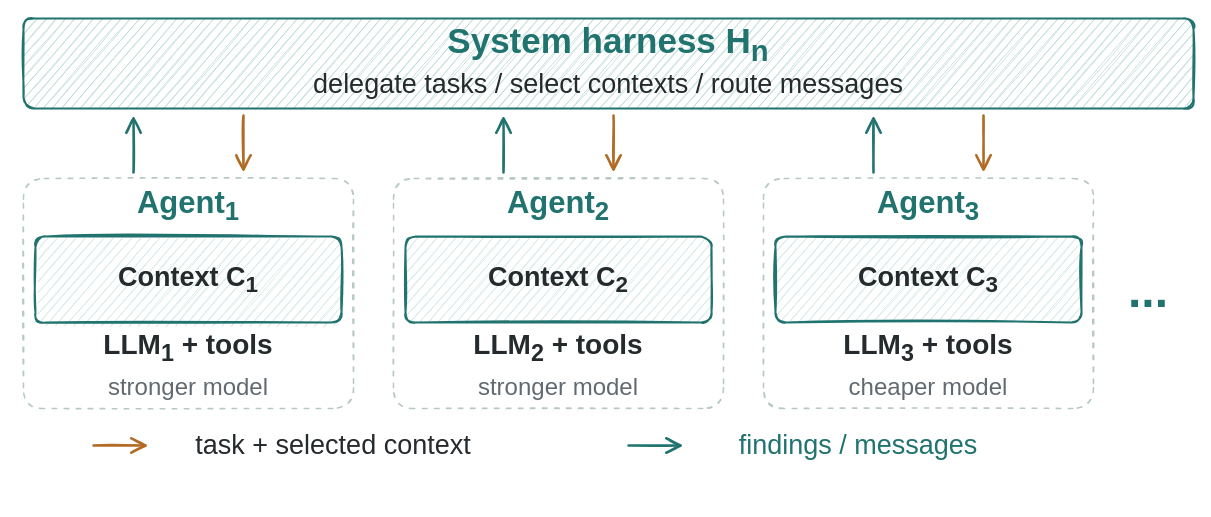
Earlier version of the draw.io diagram assets/multi_agent_contexts.drawio (MathisRost/agentic-ai-math). Source tidied: cells renumbered, new cells numbered last; positions are measured from the earlier drawing's top-left corner, leaving out a move shared by most shapes. Both pictures are drawn from the tidied source at 100%, with x=0, y=0 at pixel (23, 18).
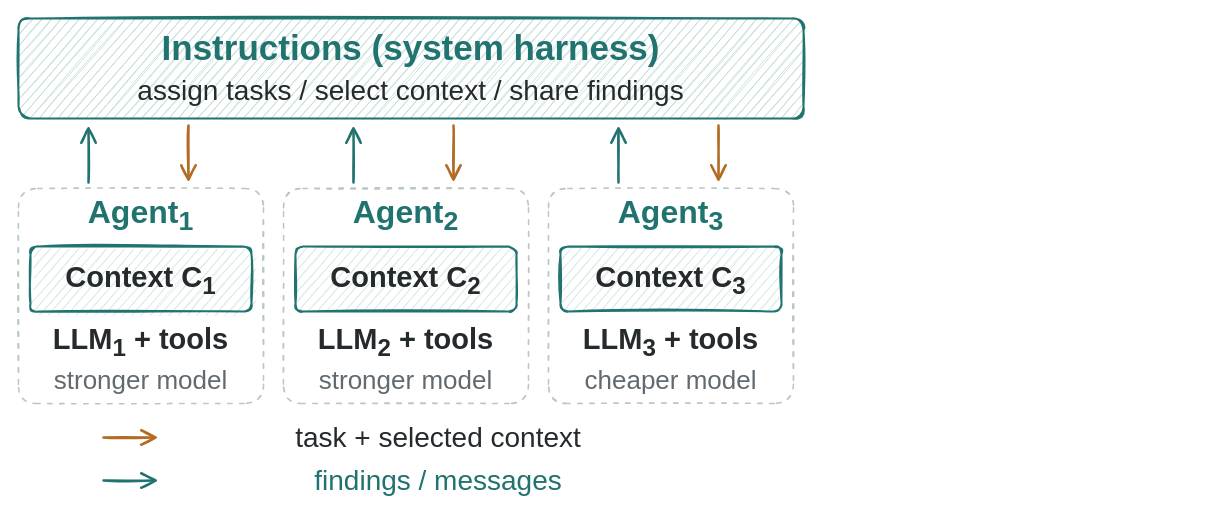
The same diagram, later.

Diff of the diagram source:
```diff
@@
     <mxCell id="2" style="rounded=1;arcSize=12;whiteSpace=wrap;html=0;sketch=1;comic=0;jiggle=1.2;strokeWidth=2;fillStyle=hachure;hachureGap=7;fillWeight=0.8;fillColor=#BDDAD6;strokeColor=#21736F;fontColor=#252A2D;fontFamily=Kalam;fontSize=29;fontStyle=1;" parent="1" vertex="1">
-      <mxGeometry width="1170" height="90" as="geometry" />
+      <mxGeometry x="-5" width="785" height="100" as="geometry" />
     </mxCell>
-    <mxCell id="3" value="System harness H&lt;sub&gt;n&lt;/sub&gt;" style="text;html=1;whiteSpace=wrap;align=center;verticalAlign=middle;fontFamily=Kalam;fontSize=35;fontStyle=1;fontColor=#21736F;strokeColor=none;fillColor=none;" parent="1" vertex="1">
-      <mxGeometry x="10" y="3" width="1150" height="45" as="geometry" />
+    <mxCell id="3" value="Instructions (system harness)" style="text;html=0;whiteSpace=wrap;align=center;verticalAlign=middle;fontFamily=Kalam;fontSize=35;fontStyle=1;fontColor=#21736F;strokeColor=none;fillColor=none;" parent="1" vertex="1">
+      <mxGeometry x="5" y="7" width="765" height="44" as="geometry" />
     </mxCell>
-    <mxCell id="4" value="delegate tasks / select contexts / route messages" style="text;html=0;whiteSpace=wrap;align=center;verticalAlign=middle;fontFamily=Kalam;fontSize=27;fontStyle=0;fontColor=#252A2D;strokeColor=none;fillColor=none;" parent="1" vertex="1">
-      <mxGeometry x="10" y="48" width="1150" height="35" as="geometry" />
+    <mxCell id="4" value="assign tasks / select context / share findings" style="text;html=0;whiteSpace=wrap;align=center;verticalAlign=middle;fontFamily=Kalam;fontSize=28;fontStyle=0;fontColor=#252A2D;strokeColor=none;fillColor=none;" parent="1" vertex="1">
+      <mxGeometry x="5" y="54" width="765" height="35" as="geometry" />
     </mxCell>
     <mxCell id="5" style="edgeStyle=none;rounded=1;curved=0;html=0;sketch=1;comic=0;jiggle=0.6;strokeColor=#B16B24;strokeWidth=2.5;endArrow=open;endSize=12;endFill=0;dashed=0;" parent="1" edge="1">
       <mxGeometry relative="1" as="geometry">
-        <mxPoint x="220" y="97" as="sourcePoint" />
-        <mxPoint x="220" y="154" as="targetPoint" />
+        <mxPoint x="165" y="107" as="sourcePoint" />
+        <mxPoint x="165" y="164" as="targetPoint" />
       </mxGeometry>
     </mxCell>
     <mxCell id="6" style="edgeStyle=none;rounded=1;curved=0;html=0;sketch=1;comic=0;jiggle=0.6;strokeColor=#21736F;strokeWidth=2.5;endArrow=open;endSize=12;endFill=0;dashed=0;" parent="1" edge="1">
       <mxGeometry relative="1" as="geometry">
-        <mxPoint x="110" y="154" as="sourcePoint" />
-        <mxPoint x="110" y="97" as="targetPoint" />
+        <mxPoint x="65" y="164" as="sourcePoint" />
+        <mxPoint x="65" y="107" as="targetPoint" />
       </mxGeometry>
     </mxCell>
     <mxCell id="7" style="rounded=1;arcSize=9;fillColor=none;strokeColor=#B8C8C5;strokeWidth=1.5;dashed=1;dashPattern=3 5;sketch=1;jiggle=0.5;" parent="1" vertex="1">
-      <mxGeometry y="160" width="330" height="230" as="geometry" />
+      <mxGeometry x="-5" y="170" width="245" height="215" as="geometry" />
     </mxCell>
-    <mxCell id="8" value="Agent&lt;sub&gt;1&lt;/sub&gt;" style="text;html=1;whiteSpace=wrap;align=center;verticalAlign=middle;fontFamily=Kalam;fontSize=31;fontStyle=1;fontColor=#21736F;strokeColor=none;fillColor=none;" parent="1" vertex="1">
-      <mxGeometry x="5" y="168" width="320" height="38" as="geometry" />
+    <mxCell id="8" value="Agent&lt;sub&gt;1&lt;/sub&gt;" style="text;html=1;whiteSpace=wrap;align=center;verticalAlign=middle;fontFamily=Kalam;fontSize=32;fontStyle=1;fontColor=#21736F;strokeColor=none;fillColor=none;" parent="1" vertex="1">
+      <mxGeometry y="178" width="235" height="38" as="geometry" />
     </mxCell>
     <mxCell id="9" style="rounded=1;arcSize=12;whiteSpace=wrap;html=0;sketch=1;comic=0;jiggle=1.2;strokeWidth=2;fillStyle=hachure;hachureGap=7;fillWeight=0.8;fillColor=#D2E6E2;strokeColor=#21736F;fontColor=#252A2D;fontFamily=Kalam;fontSize=29;fontStyle=1;" parent="1" vertex="1">
-      <mxGeometry x="12" y="218" width="306" height="86" as="geometry" />
+      <mxGeometry x="7" y="228" width="221" height="65" as="geometry" />
     </mxCell>
-    <mxCell id="10" value="Context C&lt;sub&gt;1&lt;/sub&gt;" style="text;html=1;whiteSpace=wrap;align=center;verticalAlign=middle;fontFamily=Kalam;fontSize=27;fontStyle=1;fontColor=#252A2D;strokeColor=none;fillColor=none;" parent="1" vertex="1">
-      <mxGeometry x="18" y="218" width="294" height="86" as="geometry" />
+    <mxCell id="10" value="Context C&lt;sub&gt;1&lt;/sub&gt;" style="text;html=1;whiteSpace=wrap;align=center;verticalAlign=middle;fontFamily=Kalam;fontSize=29;fontStyle=1;fontColor=#252A2D;strokeColor=none;fillColor=none;" parent="1" vertex="1">
+      <mxGeometry x="13" y="228" width="209" height="65" as="geometry" />
     </mxCell>
-    <mxCell id="11" value="LLM&lt;sub&gt;1&lt;/sub&gt; + tools" style="text;html=1;whiteSpace=wrap;align=center;verticalAlign=middle;fontFamily=Kalam;fontSize=28;fontStyle=1;fontColor=#252A2D;strokeColor=none;fillColor=none;" parent="1" vertex="1">
-      <mxGeometry x="5" y="311" width="320" height="36" as="geometry" />
+    <mxCell id="11" value="LLM&lt;sub&gt;1&lt;/sub&gt; + tools" style="text;html=1;whiteSpace=wrap;align=center;verticalAlign=middle;fontFamily=Kalam;fontSize=29;fontStyle=1;fontColor=#252A2D;strokeColor=none;fillColor=none;" parent="1" vertex="1">
+      <mxGeometry y="305" width="235" height="36" as="geometry" />
     </mxCell>
-    <mxCell id="12" value="stronger model" style="text;html=0;whiteSpace=wrap;align=center;verticalAlign=middle;fontFamily=Kalam;fontSize=24;fontStyle=0;fontColor=#626A70;strokeColor=none;fillColor=none;" parent="1" vertex="1">
-      <mxGeometry x="5" y="354" width="320" height="30" as="geometry" />
+    <mxCell id="12" value="stronger model" style="text;html=0;whiteSpace=wrap;align=center;verticalAlign=middle;fontFamily=Kalam;fontSize=26;fontStyle=0;fontColor=#626A70;strokeColor=none;fillColor=none;" parent="1" vertex="1">
+      <mxGeometry y="347" width="235" height="30" as="geometry" />
     </mxCell>
     <mxCell id="13" style="edgeStyle=none;rounded=1;curved=0;html=0;sketch=1;comic=0;jiggle=0.6;strokeColor=#B16B24;strokeWidth=2.5;endArrow=open;endSize=12;endFill=0;dashed=0;" parent="1" edge="1">
       <mxGeometry relative="1" as="geometry">
-        <mxPoint x="590" y="97" as="sourcePoint" />
-        <mxPoint x="590" y="154" as="targetPoint" />
+        <mxPoint x="430" y="107" as="sourcePoint" />
+        <mxPoint x="430" y="164" as="targetPoint" />
       </mxGeometry>
     </mxCell>
     <mxCell id="14" style="edgeStyle=none;rounded=1;curved=0;html=0;sketch=1;comic=0;jiggle=0.6;strokeColor=#21736F;strokeWidth=2.5;endArrow=open;endSize=12;endFill=0;dashed=0;" parent="1" edge="1">
       <mxGeometry relative="1" as="geometry">
-        <mxPoint x="480" y="154" as="sourcePoint" />
-        <mxPoint x="480" y="97" as="targetPoint" />
+        <mxPoint x="330" y="164" as="sourcePoint" />
+        <mxPoint x="330" y="107" as="targetPoint" />
       </mxGeometry>
     </mxCell>
     <mxCell id="15" style="rounded=1;arcSize=9;fillColor=none;strokeColor=#B8C8C5;strokeWidth=1.5;dashed=1;dashPattern=3 5;sketch=1;jiggle=0.5;" parent="1" vertex="1">
-      <mxGeometry x="370" y="160" width="330" height="230" as="geometry" />
+      <mxGeometry x="260" y="170" width="245" height="215" as="geometry" />
     </mxCell>
-    <mxCell id="16" value="Agent&lt;sub&gt;2&lt;/sub&gt;" style="text;html=1;whiteSpace=wrap;align=center;verticalAlign=middle;fontFamily=Kalam;fontSize=31;fontStyle=1;fontColor=#21736F;strokeColor=none;fillColor=none;" parent="1" vertex="1">
-      <mxGeometry x="375" y="168" width="320" height="38" as="geometry" />
+    <mxCell id="16" value="Agent&lt;sub&gt;2&lt;/sub&gt;" style="text;html=1;whiteSpace=wrap;align=center;verticalAlign=middle;fontFamily=Kalam;fontSize=32;fontStyle=1;fontColor=#21736F;strokeColor=none;fillColor=none;" parent="1" vertex="1">
+      <mxGeometry x="265" y="178" width="235" height="38" as="geometry" />
     </mxCell>
     <mxCell id="17" style="rounded=1;arcSize=12;whiteSpace=wrap;html=0;sketch=1;comic=0;jiggle=1.2;strokeWidth=2;fillStyle=hachure;hachureGap=7;fillWeight=0.8;fillColor=#D2E6E2;strokeColor=#21736F;fontColor=#252A2D;fontFamily=Kalam;fontSize=29;fontStyle=1;" parent="1" vertex="1">
-      <mxGeometry x="382" y="218" width="306" height="86" as="geometry" />
+      <mxGeometry x="272" y="228" width="221" height="65" as="geometry" />
     </mxCell>
-    <mxCell id="18" value="Context C&lt;sub&gt;2&lt;/sub&gt;" style="text;html=1;whiteSpace=wrap;align=center;verticalAlign=middle;fontFamily=Kalam;fontSize=27;fontStyle=1;fontColor=#252A2D;strokeColor=none;fillColor=none;" parent="1" vertex="1">
-      <mxGeometry x="388" y="218" width="294" height="86" as="geometry" />
+    <mxCell id="18" value="Context C&lt;sub&gt;2&lt;/sub&gt;" style="text;html=1;whiteSpace=wrap;align=center;verticalAlign=middle;fontFamily=Kalam;fontSize=29;fontStyle=1;fontColor=#252A2D;strokeColor=none;fillColor=none;" parent="1" vertex="1">
+      <mxGeometry x="278" y="228" width="209" height="65" as="geometry" />
     </mxCell>
-    <mxCell id="19" value="LLM&lt;sub&gt;2&lt;/sub&gt; + tools" style="text;html=1;whiteSpace=wrap;align=center;verticalAlign=middle;fontFamily=Kalam;fontSize=28;fontStyle=1;fontColor=#252A2D;strokeColor=none;fillColor=none;" parent="1" vertex="1">
-      <mxGeometry x="375" y="311" width="320" height="36" as="geometry" />
+    <mxCell id="19" value="LLM&lt;sub&gt;2&lt;/sub&gt; + tools" style="text;html=1;whiteSpace=wrap;align=center;verticalAlign=middle;fontFamily=Kalam;fontSize=29;fontStyle=1;fontColor=#252A2D;strokeColor=none;fillColor=none;" parent="1" vertex="1">
+      <mxGeometry x="265" y="305" width="235" height="36" as="geometry" />
     </mxCell>
-    <mxCell id="20" value="stronger model" style="text;html=0;whiteSpace=wrap;align=center;verticalAlign=middle;fontFamily=Kalam;fontSize=24;fontStyle=0;fontColor=#626A70;strokeColor=none;fillColor=none;" parent="1" vertex="1">
-      <mxGeometry x="375" y="354" width="320" height="30" as="geometry" />
+    <mxCell id="20" value="stronger model" style="text;html=0;whiteSpace=wrap;align=center;verticalAlign=middle;fontFamily=Kalam;fontSize=26;fontStyle=0;fontColor=#626A70;strokeColor=none;fillColor=none;" parent="1" vertex="1">
+      <mxGeometry x="265" y="347" width="235" height="30" as="geometry" />
     </mxCell>
     <mxCell id="21" style="edgeStyle=none;rounded=1;curved=0;html=0;sketch=1;comic=0;jiggle=0.6;strokeColor=#B16B24;strokeWidth=2.5;endArrow=open;endSize=12;endFill=0;dashed=0;" parent="1" edge="1">
       <mxGeometry relative="1" as="geometry">
-        <mxPoint x="960" y="97" as="sourcePoint" />
-        <mxPoint x="960" y="154" as="targetPoint" />
+        <mxPoint x="695" y="107" as="sourcePoint" />
+        <mxPoint x="695" y="164" as="targetPoint" />
       </mxGeometry>
     </mxCell>
     <mxCell id="22" style="edgeStyle=none;rounded=1;curved=0;html=0;sketch=1;comic=0;jiggle=0.6;strokeColor=#21736F;strokeWidth=2.5;endArrow=open;endSize=12;endFill=0;dashed=0;" parent="1" edge="1">
       <mxGeometry relative="1" as="geometry">
-        <mxPoint x="850" y="154" as="sourcePoint" />
-        <mxPoint x="850" y="97" as="targetPoint" />
+        <mxPoint x="595" y="164" as="sourcePoint" />
+        <mxPoint x="595" y="107" as="targetPoint" />
       </mxGeometry>
     </mxCell>
     <mxCell id="23" style="rounded=1;arcSize=9;fillColor=none;strokeColor=#B8C8C5;strokeWidth=1.5;dashed=1;dashPattern=3 5;sketch=1;jiggle=0.5;" parent="1" vertex="1">
-      <mxGeometry x="740" y="160" width="330" height="230" as="geometry" />
+      <mxGeometry x="525" y="170" width="245" height="215" as="geometry" />
     </mxCell>
-    <mxCell id="24" value="Agent&lt;sub&gt;3&lt;/sub&gt;" style="text;html=1;whiteSpace=wrap;align=center;verticalAlign=middle;fontFamily=Kalam;fontSize=31;fontStyle=1;fontColor=#21736F;strokeColor=none;fillColor=none;" parent="1" vertex="1">
-      <mxGeometry x="745" y="168" width="320" height="38" as="geometry" />
+    <mxCell id="24" value="Agent&lt;sub&gt;3&lt;/sub&gt;" style="text;html=1;whiteSpace=wrap;align=center;verticalAlign=middle;fontFamily=Kalam;fontSize=32;fontStyle=1;fontColor=#21736F;strokeColor=none;fillColor=none;" parent="1" vertex="1">
+      <mxGeometry x="530" y="178" width="235" height="38" as="geometry" />
     </mxCell>
     <mxCell id="25" style="rounded=1;arcSize=12;whiteSpace=wrap;html=0;sketch=1;comic=0;jiggle=1.2;strokeWidth=2;fillStyle=hachure;hachureGap=7;fillWeight=0.8;fillColor=#D2E6E2;strokeColor=#21736F;fontColor=#252A2D;fontFamily=Kalam;fontSize=29;fontStyle=1;" parent="1" vertex="1">
-      <mxGeometry x="752" y="218" width="306" height="86" as="geometry" />
+      <mxGeometry x="537" y="228" width="221" height="65" as="geometry" />
     </mxCell>
-    <mxCell id="26" value="Context C&lt;sub&gt;3&lt;/sub&gt;" style="text;html=1;whiteSpace=wrap;align=center;verticalAlign=middle;fontFamily=Kalam;fontSize=27;fontStyle=1;fontColor=#252A2D;strokeColor=none;fillColor=none;" parent="1" vertex="1">
-      <mxGeometry x="758" y="218" width="294" height="86" as="geometry" />
+    <mxCell id="26" value="Context C&lt;sub&gt;3&lt;/sub&gt;" style="text;html=1;whiteSpace=wrap;align=center;verticalAlign=middle;fontFamily=Kalam;fontSize=29;fontStyle=1;fontColor=#252A2D;strokeColor=none;fillColor=none;" parent="1" vertex="1">
+      <mxGeometry x="543" y="228" width="209" height="65" as="geometry" />
     </mxCell>
-    <mxCell id="27" value="LLM&lt;sub&gt;3&lt;/sub&gt; + tools" style="text;html=1;whiteSpace=wrap;align=center;verticalAlign=middle;fontFamily=Kalam;fontSize=28;fontStyle=1;fontColor=#252A2D;strokeColor=none;fillColor=none;" parent="1" vertex="1">
-      <mxGeometry x="745" y="311" width="320" height="36" as="geometry" />
+    <mxCell id="27" value="LLM&lt;sub&gt;3&lt;/sub&gt; + tools" style="text;html=1;whiteSpace=wrap;align=center;verticalAlign=middle;fontFamily=Kalam;fontSize=29;fontStyle=1;fontColor=#252A2D;strokeColor=none;fillColor=none;" parent="1" vertex="1">
+      <mxGeometry x="530" y="305" width="235" height="36" as="geometry" />
     </mxCell>
-    <mxCell id="28" value="cheaper model" style="text;html=0;whiteSpace=wrap;align=center;verticalAlign=middle;fontFamily=Kalam;fontSize=24;fontStyle=0;fontColor=#626A70;strokeColor=none;fillColor=none;" parent="1" vertex="1">
-      <mxGeometry x="745" y="354" width="320" height="30" as="geometry" />
+    <mxCell id="28" value="cheaper model" style="text;html=0;whiteSpace=wrap;align=center;verticalAlign=middle;fontFamily=Kalam;fontSize=26;fontStyle=0;fontColor=#626A70;strokeColor=none;fillColor=none;" parent="1" vertex="1">
+      <mxGeometry x="530" y="347" width="235" height="30" as="geometry" />
     </mxCell>
-    <mxCell id="29" value="..." style="text;html=0;whiteSpace=wrap;align=center;verticalAlign=middle;fontFamily=Kalam;fontSize=48;fontStyle=1;fontColor=#21736F;strokeColor=none;fillColor=none;" parent="1" vertex="1">
-      <mxGeometry x="1080" y="242" width="90" height="60" as="geometry" />
+    <mxCell id="29" style="edgeStyle=none;rounded=1;curved=0;html=0;sketch=1;comic=0;jiggle=0.6;strokeColor=#B16B24;strokeWidth=2.5;endArrow=open;endSize=12;endFill=0;dashed=0;" parent="1" edge="1">
+      <mxGeometry relative="1" as="geometry">
+        <mxPoint x="80" y="419" as="sourcePoint" />
+        <mxPoint x="135" y="419" as="targetPoint" />
+      </mxGeometry>
     </mxCell>
-    <mxCell id="30" style="edgeStyle=none;rounded=1;curved=0;html=0;sketch=1;comic=0;jiggle=0.6;strokeColor=#B16B24;strokeWidth=2.5;endArrow=open;endSize=12;endFill=0;dashed=0;" parent="1" edge="1">
-      <mxGeometry relative="1" as="geometry">
-        <mxPoint x="70" y="427" as="sourcePoint" />
-        <mxPoint x="125" y="427" as="targetPoint" />
-      </mxGeometry>
+    <mxCell id="30" value="task + selected context" style="text;html=0;whiteSpace=wrap;align=center;verticalAlign=middle;fontFamily=Kalam;fontSize=28;fontStyle=0;fontColor=#252A2D;strokeColor=none;fillColor=none;" parent="1" vertex="1">
+      <mxGeometry x="150" y="399" width="530" height="40" as="geometry" />
     </mxCell>
-    <mxCell id="31" value="task + selected context" style="text;html=0;whiteSpace=wrap;align=center;verticalAlign=middle;fontFamily=Kalam;fontSize=27;fontStyle=0;fontColor=#252A2D;strokeColor=none;fillColor=none;" parent="1" vertex="1">
-      <mxGeometry x="135" y="407" width="350" height="40" as="geometry" />
+    <mxCell id="31" style="edgeStyle=none;rounded=1;curved=0;html=0;sketch=1;comic=0;jiggle=0.6;strokeColor=#21736F;strokeWidth=2.5;endArrow=open;endSize=12;endFill=0;dashed=0;" parent="1" edge="1">
+      <mxGeometry relative="1" as="geometry">
+        <mxPoint x="80" y="462" as="sourcePoint" />
+        <mxPoint x="135" y="462" as="targetPoint" />
+      </mxGeometry>
     </mxCell>
-    <mxCell id="32" style="edgeStyle=none;rounded=1;curved=0;html=0;sketch=1;comic=0;jiggle=0.6;strokeColor=#21736F;strokeWidth=2.5;endArrow=open;endSize=12;endFill=0;dashed=0;" parent="1" edge="1">
-      <mxGeometry relative="1" as="geometry">
-        <mxPoint x="605" y="427" as="sourcePoint" />
-        <mxPoint x="660" y="427" as="targetPoint" />
-      </mxGeometry>
+    <mxCell id="32" value="findings / messages" style="text;html=0;whiteSpace=wrap;align=center;verticalAlign=middle;fontFamily=Kalam;fontSize=28;fontStyle=0;fontColor=#21736F;strokeColor=none;fillColor=none;" parent="1" vertex="1">
+      <mxGeometry x="150" y="442" width="530" height="40" as="geometry" />
     </mxCell>
-    <mxCell id="33" value="findings / messages" style="text;html=0;whiteSpace=wrap;align=center;verticalAlign=middle;fontFamily=Kalam;fontSize=27;fontStyle=0;fontColor=#21736F;strokeColor=none;fillColor=none;" parent="1" vertex="1">
-      <mxGeometry x="670" y="407" width="330" height="40" as="geometry" />
-    </mxCell>
```
